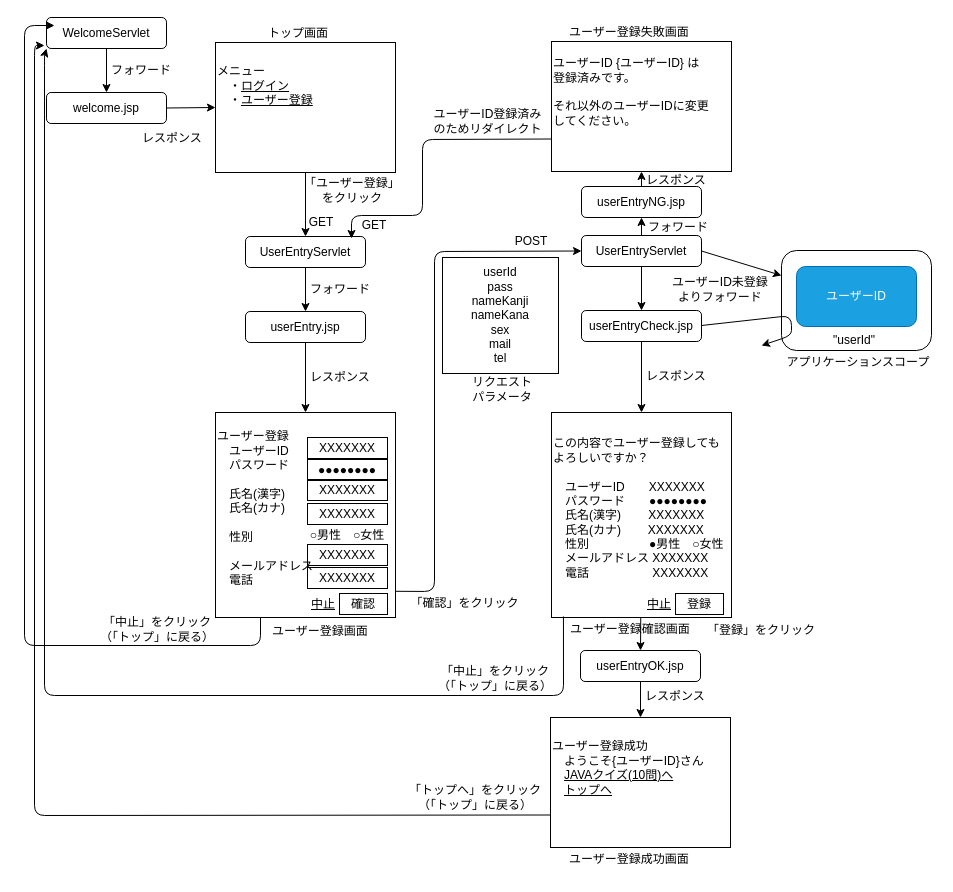
This is 画面遷移図拡張2[ユーザー登録機能].drawio from Kimoto-Toshihiko/seisaku, a draw.io file, before an edit. Source tidied: cells renumbered, new cells numbered last; positions are measured from the earlier drawing's top-left corner, leaving out a move shared by most shapes. Both pictures are drawn from the tidied source at 100%, with x=0, y=0 at pixel (24, 17).
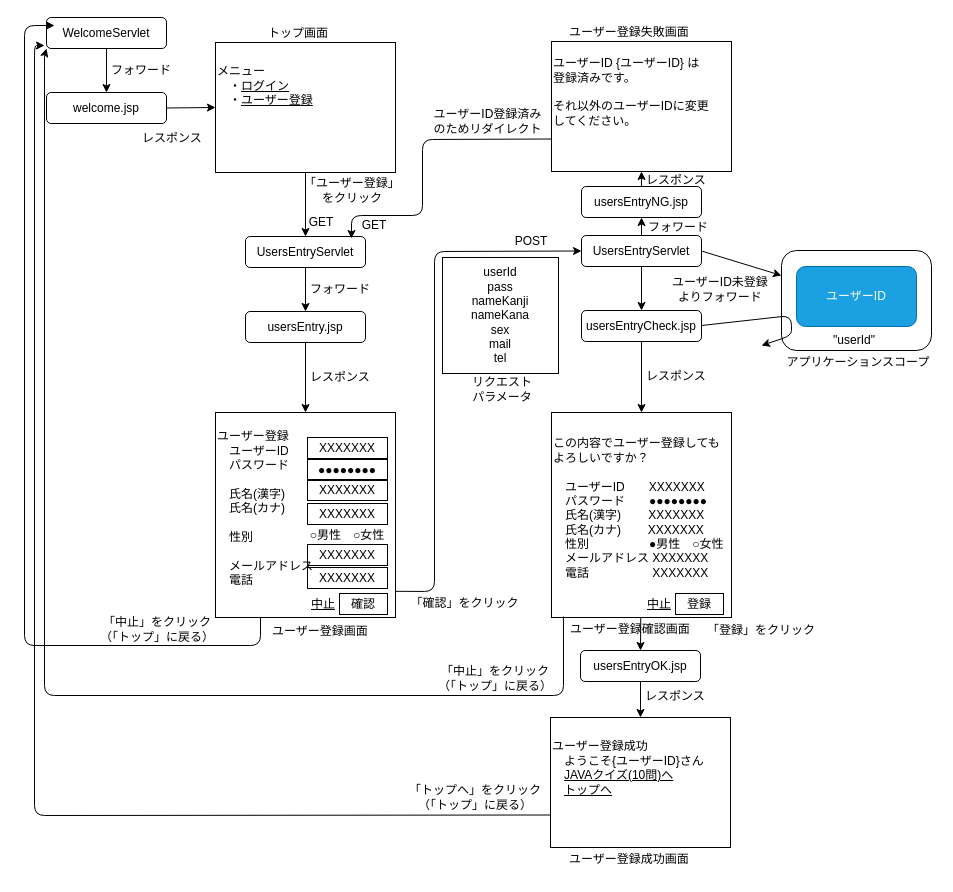
Above is the later version.

The edit, as a diff of the source:
```diff
@@
-    <mxCell id="29" value="UserEntryServlet" style="rounded=1;whiteSpace=wrap;html=1;" parent="1" vertex="1">
+    <mxCell id="29" value="UsersEntryServlet" style="rounded=1;whiteSpace=wrap;html=1;" parent="1" vertex="1">
       <mxGeometry x="221" y="219" width="120" height="31" as="geometry" />
     </mxCell>
-    <mxCell id="30" value="userEntry.jsp" style="rounded=1;whiteSpace=wrap;html=1;" parent="1" vertex="1">
+    <mxCell id="30" value="usersEntry.jsp" style="rounded=1;whiteSpace=wrap;html=1;" parent="1" vertex="1">
       <mxGeometry x="221" y="294" width="120" height="31" as="geometry" />
     </mxCell>
@@
-    <mxCell id="37" value="UserEntryServlet" style="rounded=1;whiteSpace=wrap;html=1;" parent="1" vertex="1">
+    <mxCell id="37" value="UsersEntryServlet" style="rounded=1;whiteSpace=wrap;html=1;" parent="1" vertex="1">
       <mxGeometry x="557" y="218" width="120" height="31" as="geometry" />
     </mxCell>
@@
-    <mxCell id="39" value="userEntryCheck.jsp" style="rounded=1;whiteSpace=wrap;html=1;" parent="1" vertex="1">
+    <mxCell id="39" value="usersEntryCheck.jsp" style="rounded=1;whiteSpace=wrap;html=1;" parent="1" vertex="1">
       <mxGeometry x="557" y="293" width="120" height="31" as="geometry" />
     </mxCell>
@@
-    <mxCell id="50" value="userEntryOK.jsp" style="rounded=1;whiteSpace=wrap;html=1;" parent="1" vertex="1">
+    <mxCell id="50" value="usersEntryOK.jsp" style="rounded=1;whiteSpace=wrap;html=1;" parent="1" vertex="1">
       <mxGeometry x="556" y="633" width="120" height="31" as="geometry" />
     </mxCell>
@@
-    <mxCell id="69" value="userEntryNG.jsp" style="rounded=1;whiteSpace=wrap;html=1;" parent="1" vertex="1">
+    <mxCell id="69" value="usersEntryNG.jsp" style="rounded=1;whiteSpace=wrap;html=1;" parent="1" vertex="1">
       <mxGeometry x="557" y="169" width="120" height="31" as="geometry" />
     </mxCell>
```
